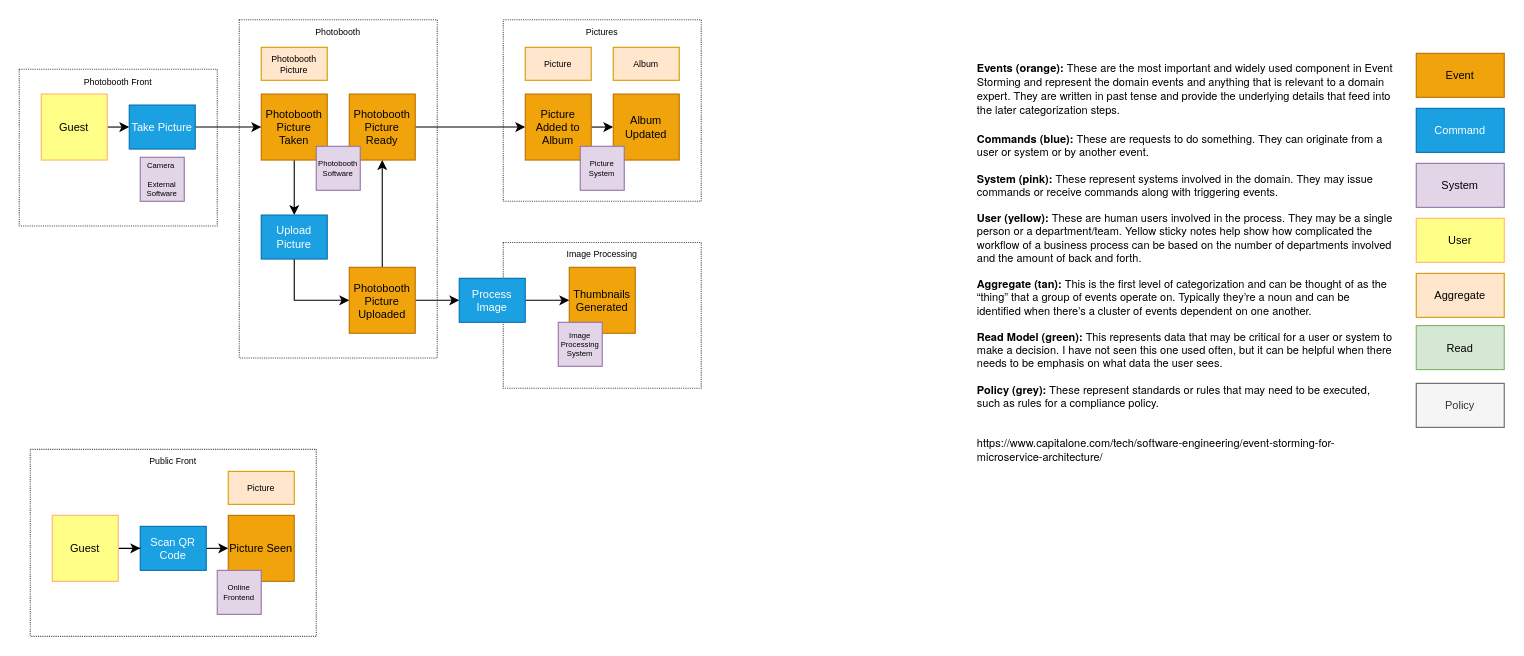
prism-be/picshare keeps this draw.io diagram as documentation/architecture.drawio. Above is the earlier version. Source tidied: cells renumbered, new cells numbered last; positions are measured from the earlier drawing's top-left corner, leaving out a move shared by most shapes. Both pictures are drawn from the tidied source at 110%, with x=0, y=0 at pixel (19, 20).
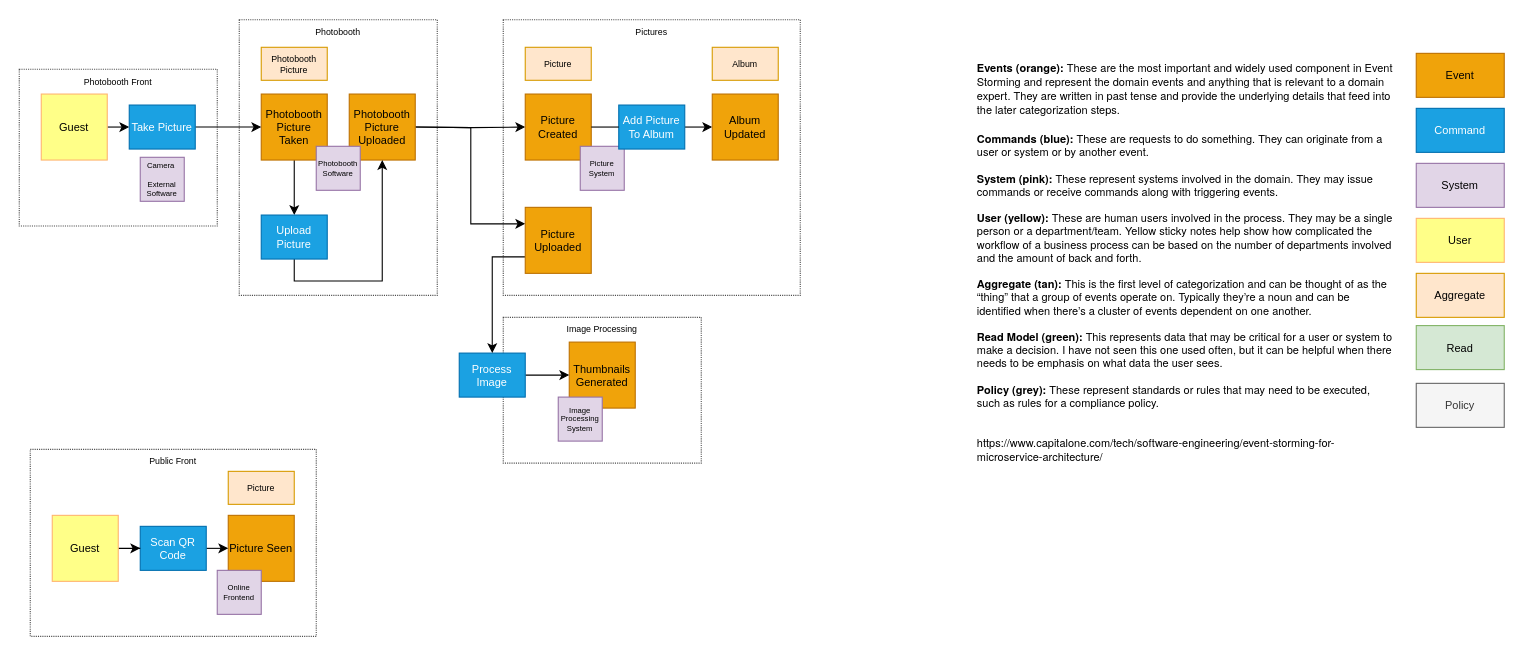
Above is the later version.

Unchanged cells that the change refers to:
```xml
<mxCell id="47" value="Upload&lt;br&gt;Picture" style="rounded=0;whiteSpace=wrap;html=1;fillColor=#1ba1e2;strokeColor=#006EAF;fontColor=#ffffff;fontSize=10;" parent="1" vertex="1">
  <mxGeometry x="220" y="177" width="60" height="40" as="geometry" />
</mxCell>
```

Change to the diagram source:
```diff
@@
     <mxCell id="4" value="Image Processing" style="rounded=0;whiteSpace=wrap;html=1;fontSize=8;verticalAlign=top;strokeColor=#4D4D4D;dashed=1;dashPattern=1 1;" parent="1" vertex="1">
-      <mxGeometry x="440" y="202" width="180" height="132.5" as="geometry" />
+      <mxGeometry x="440" y="270" width="180" height="132.5" as="geometry" />
     </mxCell>
     <mxCell id="5" value="Pictures" style="rounded=0;whiteSpace=wrap;html=1;fontSize=8;verticalAlign=top;strokeColor=#4D4D4D;dashed=1;dashPattern=1 1;" parent="1" vertex="1">
-      <mxGeometry x="440" y="-0.5" width="180" height="165" as="geometry" />
+      <mxGeometry x="440" y="-0.5" width="270" height="250.5" as="geometry" />
     </mxCell>
     <mxCell id="6" value="Photobooth" style="rounded=0;whiteSpace=wrap;html=1;fontSize=8;verticalAlign=top;strokeColor=#4D4D4D;dashed=1;dashPattern=1 1;" parent="1" vertex="1">
-      <mxGeometry x="200" y="-0.5" width="180" height="307.5" as="geometry" />
+      <mxGeometry x="200" y="-0.5" width="180" height="250.5" as="geometry" />
     </mxCell>
@@
-    <mxCell id="14" style="edgeStyle=orthogonalEdgeStyle;rounded=0;jettySize=auto;html=1;exitX=1;exitY=0.5;exitDx=0;exitDy=0;entryX=0;entryY=0.5;entryDx=0;entryDy=0;fontSize=10;" parent="1" edge="1" source="15" target="20">
-      <mxGeometry relative="1" as="geometry" />
+    <mxCell id="14" style="edgeStyle=orthogonalEdgeStyle;rounded=0;jettySize=auto;html=1;exitX=1;exitY=0.5;exitDx=0;exitDy=0;entryX=0;entryY=0.5;entryDx=0;entryDy=0;fontSize=10;" parent="1" edge="1" target="20">
+      <mxGeometry relative="1" as="geometry">
+        <mxPoint x="360" y="97" as="sourcePoint" />
+      </mxGeometry>
     </mxCell>
-    <mxCell id="15" value="Photobooth Picture Ready" style="rounded=0;whiteSpace=wrap;html=1;fillColor=#f0a30a;strokeColor=#BD7000;fontColor=#000000;fontSize=10;" parent="1" vertex="1">
-      <mxGeometry x="300" y="67" width="60" height="60" as="geometry" />
-    </mxCell>
-    <mxCell id="16" style="edgeStyle=orthogonalEdgeStyle;rounded=0;jettySize=auto;html=1;exitX=1;exitY=0.5;exitDx=0;exitDy=0;entryX=0;entryY=0.5;entryDx=0;entryDy=0;fontSize=8;" parent="1" edge="1" source="18" target="43">
-      <mxGeometry relative="1" as="geometry" />
-    </mxCell>
-    <mxCell id="17" style="edgeStyle=orthogonalEdgeStyle;rounded=0;jettySize=auto;html=1;exitX=0.5;exitY=0;exitDx=0;exitDy=0;entryX=0.5;entryY=1;entryDx=0;entryDy=0;fontSize=8;" parent="1" edge="1" source="18" target="15">
-      <mxGeometry relative="1" as="geometry" />
-    </mxCell>
+    <mxCell id="48" style="edgeStyle=orthogonalEdgeStyle;rounded=0;jettySize=auto;html=1;exitX=1;exitY=0.5;exitDx=0;exitDy=0;entryX=0;entryY=0.25;entryDx=0;entryDy=0;" parent="1" edge="1" target="50">
+      <mxGeometry relative="1" as="geometry">
+        <mxPoint x="360" y="97" as="sourcePoint" />
+      </mxGeometry>
+    </mxCell>
     <mxCell id="18" value="Photobooth Picture Uploaded" style="rounded=0;whiteSpace=wrap;html=1;fillColor=#f0a30a;strokeColor=#BD7000;fontColor=#000000;fontSize=10;" parent="1" vertex="1">
-      <mxGeometry x="300" y="224.5" width="60" height="60" as="geometry" />
+      <mxGeometry x="300" y="67" width="60" height="60" as="geometry" />
     </mxCell>
-    <mxCell id="19" style="edgeStyle=orthogonalEdgeStyle;rounded=0;jettySize=auto;html=1;exitX=1;exitY=0.5;exitDx=0;exitDy=0;entryX=0;entryY=0.5;entryDx=0;entryDy=0;fontSize=10;" parent="1" edge="1" source="20" target="21">
+    <mxCell id="19" style="edgeStyle=orthogonalEdgeStyle;rounded=0;jettySize=auto;html=1;exitX=1;exitY=0.5;exitDx=0;exitDy=0;entryX=0;entryY=0.5;entryDx=0;entryDy=0;fontSize=10;startArrow=none;" parent="1" edge="1" source="51" target="21">
       <mxGeometry relative="1" as="geometry" />
     </mxCell>
-    <mxCell id="20" value="Picture Added to Album" style="rounded=0;whiteSpace=wrap;html=1;fillColor=#f0a30a;strokeColor=#BD7000;fontColor=#000000;fontSize=10;" parent="1" vertex="1">
+    <mxCell id="20" value="Picture Created" style="rounded=0;whiteSpace=wrap;html=1;fillColor=#f0a30a;strokeColor=#BD7000;fontColor=#000000;fontSize=10;" parent="1" vertex="1">
       <mxGeometry x="460" y="67" width="60" height="60" as="geometry" />
     </mxCell>
     <mxCell id="21" value="Album Updated" style="rounded=0;whiteSpace=wrap;html=1;fillColor=#f0a30a;strokeColor=#BD7000;fontColor=#000000;fontSize=10;" parent="1" vertex="1">
-      <mxGeometry x="540" y="67" width="60" height="60" as="geometry" />
+      <mxGeometry x="630" y="67" width="60" height="60" as="geometry" />
     </mxCell>
     <mxCell id="22" value="Thumbnails Generated" style="rounded=0;whiteSpace=wrap;html=1;fillColor=#f0a30a;strokeColor=#BD7000;fontColor=#000000;fontSize=10;" parent="1" vertex="1">
-      <mxGeometry x="500" y="224.5" width="60" height="60" as="geometry" />
+      <mxGeometry x="500" y="292.5" width="60" height="60" as="geometry" />
     </mxCell>
@@
     <mxCell id="35" value="Image Processing&lt;br&gt;System" style="rounded=0;whiteSpace=wrap;html=1;fillColor=#e1d5e7;strokeColor=#9673a6;fontSize=7;" parent="1" vertex="1">
-      <mxGeometry x="490" y="274.5" width="40" height="40" as="geometry" />
+      <mxGeometry x="490" y="342.5" width="40" height="40" as="geometry" />
     </mxCell>
@@
     <mxCell id="40" value="Album" style="rounded=0;whiteSpace=wrap;html=1;fillColor=#ffe6cc;strokeColor=#d79b00;fontSize=8;" parent="1" vertex="1">
-      <mxGeometry x="540" y="24.5" width="60" height="30" as="geometry" />
+      <mxGeometry x="630" y="24.5" width="60" height="30" as="geometry" />
     </mxCell>
@@
     <mxCell id="43" value="Process&lt;br&gt;Image" style="rounded=0;whiteSpace=wrap;html=1;fillColor=#1ba1e2;strokeColor=#006EAF;fontColor=#ffffff;fontSize=10;" parent="1" vertex="1">
-      <mxGeometry x="400" y="234.5" width="60" height="40" as="geometry" />
+      <mxGeometry x="400" y="302.5" width="60" height="40" as="geometry" />
     </mxCell>
@@
-    <mxCell id="46" style="edgeStyle=orthogonalEdgeStyle;rounded=0;jettySize=auto;html=1;exitX=0.5;exitY=1;exitDx=0;exitDy=0;entryX=0;entryY=0.5;entryDx=0;entryDy=0;fontSize=8;" parent="1" edge="1" source="47" target="18">
+    <mxCell id="46" style="edgeStyle=orthogonalEdgeStyle;rounded=0;jettySize=auto;html=1;exitX=0.5;exitY=1;exitDx=0;exitDy=0;entryX=0.5;entryY=1;entryDx=0;entryDy=0;fontSize=8;" parent="1" edge="1" source="47" target="18">
       <mxGeometry relative="1" as="geometry" />
     </mxCell>
@@
+    <mxCell id="49" style="edgeStyle=orthogonalEdgeStyle;rounded=0;jettySize=auto;html=1;exitX=0;exitY=0.75;exitDx=0;exitDy=0;entryX=0.5;entryY=0;entryDx=0;entryDy=0;" parent="1" edge="1" source="50" target="43">
+      <mxGeometry relative="1" as="geometry" />
+    </mxCell>
+    <mxCell id="50" value="Picture Uploaded" style="rounded=0;whiteSpace=wrap;html=1;fillColor=#f0a30a;strokeColor=#BD7000;fontColor=#000000;fontSize=10;" parent="1" vertex="1">
+      <mxGeometry x="460" y="170" width="60" height="60" as="geometry" />
+    </mxCell>
+    <mxCell id="51" value="Add Picture&lt;br&gt;To Album" style="rounded=0;whiteSpace=wrap;html=1;fillColor=#1ba1e2;strokeColor=#006EAF;fontColor=#ffffff;fontSize=10;" parent="1" vertex="1">
+      <mxGeometry x="545" y="77" width="60" height="40" as="geometry" />
+    </mxCell>
+    <mxCell id="52" style="edgeStyle=orthogonalEdgeStyle;rounded=0;jettySize=auto;html=1;exitX=1;exitY=0.5;exitDx=0;exitDy=0;entryX=0;entryY=0.5;entryDx=0;entryDy=0;fontSize=10;endArrow=none;" parent="1" edge="1" source="20" target="51">
+      <mxGeometry relative="1" as="geometry" />
+    </mxCell>
```
